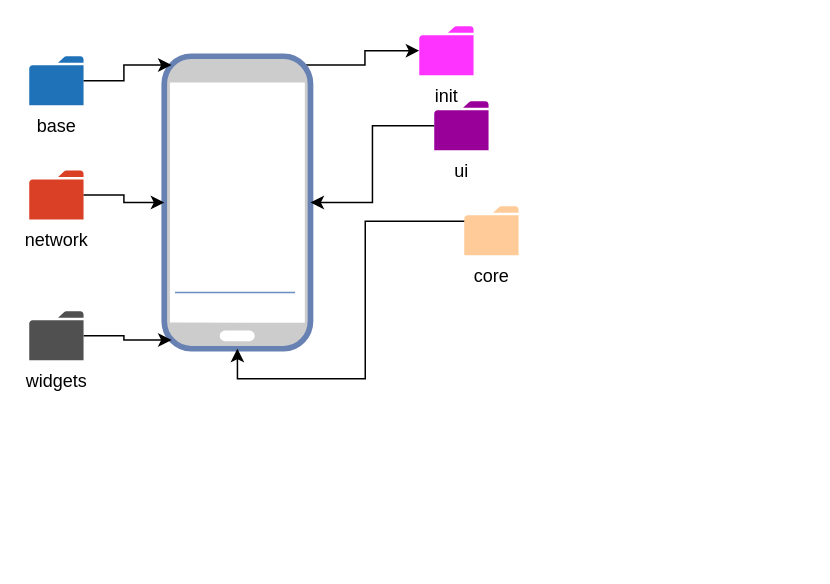
The draw.io diagram page "folders" (2 of 13) of image/drawio/folders.drawio in VB10/flutter-architecture-docs, before the edit. Source tidied: cells renumbered, new cells numbered last; positions are measured from the earlier drawing's top-left corner, leaving out a move shared by most shapes. Both pictures are drawn from the tidied source at 150%, with x=0, y=0 at pixel (28, 26).
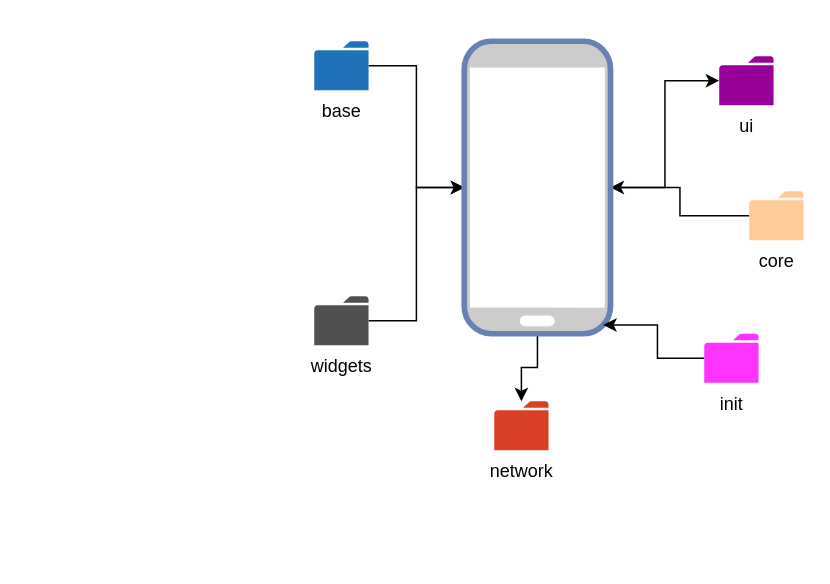
The same diagram, later.

What changed in the source:
```diff
@@
-    <mxCell id="2" style="group;" parent="1" vertex="1">
-      <mxGeometry y="20" width="491" height="335" as="geometry" />
-    </mxCell>
-    <mxCell id="3" style="group;" parent="2" vertex="1">
-      <mxGeometry x="90" width="97.5" height="195" as="geometry" />
-    </mxCell>
-    <mxCell id="4" style="edgeStyle=orthogonalEdgeStyle;rounded=0;jettySize=auto;html=1;exitX=0.95;exitY=0.03;exitDx=0;exitDy=0;exitPerimeter=0;" parent="3" edge="1" source="5" target="10">
-      <mxGeometry relative="1" as="geometry" />
-    </mxCell>
+    <mxCell id="15" style="edgeStyle=orthogonalEdgeStyle;rounded=0;jettySize=auto;html=1;entryX=1;entryY=0.5;entryDx=0;entryDy=0;entryPerimeter=0;" parent="1" edge="1" source="14" target="5">
+      <mxGeometry relative="1" as="geometry" />
+    </mxCell>
+    <mxCell id="14" value="core" style="shadow=0;dashed=0;html=1;strokeColor=none;labelPosition=center;verticalLabelPosition=bottom;verticalAlign=top;outlineConnect=0;align=center;shape=mxgraph.office.concepts.folder;fillColor=#FFCC99;" parent="1" vertex="1">
+      <mxGeometry x="480" y="110" width="36.2" height="32.6" as="geometry" />
+    </mxCell>
+    <mxCell id="17" style="edgeStyle=orthogonalEdgeStyle;rounded=0;jettySize=auto;html=1;entryX=0;entryY=0.5;entryDx=0;entryDy=0;entryPerimeter=0;" parent="1" edge="1" source="16" target="5">
+      <mxGeometry relative="1" as="geometry" />
+    </mxCell>
+    <mxCell id="16" value="base" style="shadow=0;dashed=0;html=1;strokeColor=none;labelPosition=center;verticalLabelPosition=bottom;verticalAlign=top;outlineConnect=0;align=center;shape=mxgraph.office.concepts.folder;fillColor=#2072B8;" parent="1" vertex="1">
+      <mxGeometry x="190" y="10" width="36.2" height="32.6" as="geometry" />
+    </mxCell>
+    <mxCell id="18" style="edgeStyle=orthogonalEdgeStyle;rounded=0;jettySize=auto;html=1;entryX=0;entryY=0.5;entryDx=0;entryDy=0;entryPerimeter=0;" parent="1" edge="1" source="19" target="5">
+      <mxGeometry relative="1" as="geometry" />
+    </mxCell>
+    <mxCell id="19" value="widgets" style="shadow=0;dashed=0;html=1;strokeColor=none;fillColor=#505050;labelPosition=center;verticalLabelPosition=bottom;verticalAlign=top;outlineConnect=0;align=center;shape=mxgraph.office.concepts.folder;" parent="1" vertex="1">
+      <mxGeometry x="190" y="180" width="36.2" height="32.6" as="geometry" />
+    </mxCell>
+    <mxCell id="20" style="edgeStyle=orthogonalEdgeStyle;rounded=0;jettySize=auto;html=1;" parent="1" edge="1" source="5" target="11">
+      <mxGeometry relative="1" as="geometry" />
+    </mxCell>
+    <mxCell id="21" style="edgeStyle=orthogonalEdgeStyle;rounded=0;jettySize=auto;html=1;" parent="1" edge="1" source="5" target="8">
+      <mxGeometry relative="1" as="geometry" />
+    </mxCell>
-    <mxCell id="5" style="fontColor=#0066CC;verticalAlign=top;verticalLabelPosition=bottom;labelPosition=center;align=center;html=1;outlineConnect=0;fillColor=#CCCCCC;strokeColor=#6881B3;gradientColor=none;gradientDirection=north;strokeWidth=2;shape=mxgraph.networks.mobile;" parent="3" vertex="1">
-      <mxGeometry width="97.5" height="195" as="geometry" />
+    <mxCell id="5" style="fontColor=#0066CC;verticalAlign=top;verticalLabelPosition=bottom;labelPosition=center;align=center;html=1;outlineConnect=0;fillColor=#CCCCCC;strokeColor=#6881B3;gradientColor=none;gradientDirection=north;strokeWidth=2;shape=mxgraph.networks.mobile;" parent="1" vertex="1">
+      <mxGeometry x="290" y="10" width="97.5" height="195" as="geometry" />
     </mxCell>
-    <mxCell id="6" style="endArrow=none;html=1;fillColor=#dae8fc;strokeColor=#6c8ebf;" parent="3" edge="1">
-      <mxGeometry relative="1" as="geometry">
-        <mxPoint x="7.2" y="157.5" as="sourcePoint" />
-        <mxPoint x="87.2" y="157.5" as="targetPoint" />
-      </mxGeometry>
-    </mxCell>
-    <mxCell id="7" style="group;" parent="3" vertex="1">
-      <mxGeometry x="-90" y="40" width="36.2" height="105" as="geometry" />
-    </mxCell>
-    <mxCell id="8" value="network" style="shadow=0;dashed=0;html=1;strokeColor=none;labelPosition=center;verticalLabelPosition=bottom;verticalAlign=top;outlineConnect=0;align=center;shape=mxgraph.office.concepts.folder;fillColor=#DA4026;" parent="7" vertex="1">
-      <mxGeometry y="36.2" width="36.2" height="32.6" as="geometry" />
+    <mxCell id="8" value="network" style="shadow=0;dashed=0;html=1;strokeColor=none;labelPosition=center;verticalLabelPosition=bottom;verticalAlign=top;outlineConnect=0;align=center;shape=mxgraph.office.concepts.folder;fillColor=#DA4026;" parent="1" vertex="1">
+      <mxGeometry x="310" y="250" width="36.2" height="32.6" as="geometry" />
     </mxCell>
-    <mxCell id="9" style="group;" parent="3" vertex="1">
-      <mxGeometry x="170" y="-20" width="36.2" height="105" as="geometry" />
-    </mxCell>
+    <mxCell id="22" style="edgeStyle=orthogonalEdgeStyle;rounded=0;jettySize=auto;html=1;entryX=0.95;entryY=0.97;entryDx=0;entryDy=0;entryPerimeter=0;" parent="1" edge="1" source="10" target="5">
+      <mxGeometry relative="1" as="geometry" />
+    </mxCell>
-    <mxCell id="10" value="init" style="shadow=0;dashed=0;html=1;strokeColor=none;labelPosition=center;verticalLabelPosition=bottom;verticalAlign=top;outlineConnect=0;align=center;shape=mxgraph.office.concepts.folder;fillColor=#FF33FF;" parent="9" vertex="1">
-      <mxGeometry width="36.2" height="32.6" as="geometry" />
+    <mxCell id="10" value="init" style="shadow=0;dashed=0;html=1;strokeColor=none;labelPosition=center;verticalLabelPosition=bottom;verticalAlign=top;outlineConnect=0;align=center;shape=mxgraph.office.concepts.folder;fillColor=#FF33FF;" parent="1" vertex="1">
+      <mxGeometry x="450" y="205" width="36.2" height="32.6" as="geometry" />
     </mxCell>
-    <mxCell id="11" value="ui" style="shadow=0;dashed=0;html=1;strokeColor=none;labelPosition=center;verticalLabelPosition=bottom;verticalAlign=top;outlineConnect=0;align=center;shape=mxgraph.office.concepts.folder;fillColor=#990099;" parent="9" vertex="1">
-      <mxGeometry x="10" y="50" width="36.2" height="32.6" as="geometry" />
+    <mxCell id="11" value="ui" style="shadow=0;dashed=0;html=1;strokeColor=none;labelPosition=center;verticalLabelPosition=bottom;verticalAlign=top;outlineConnect=0;align=center;shape=mxgraph.office.concepts.folder;fillColor=#990099;" parent="1" vertex="1">
+      <mxGeometry x="460" y="20" width="36.2" height="32.6" as="geometry" />
     </mxCell>
-    <mxCell id="12" style="edgeStyle=orthogonalEdgeStyle;rounded=0;jettySize=auto;html=1;" parent="3" edge="1" source="11" target="5">
-      <mxGeometry relative="1" as="geometry" />
-    </mxCell>
-    <mxCell id="13" style="edgeStyle=orthogonalEdgeStyle;rounded=0;jettySize=auto;html=1;entryX=0;entryY=0.5;entryDx=0;entryDy=0;entryPerimeter=0;" parent="3" edge="1" source="8" target="5">
-      <mxGeometry relative="1" as="geometry" />
-    </mxCell>
-    <mxCell id="14" value="core" style="shadow=0;dashed=0;html=1;strokeColor=none;labelPosition=center;verticalLabelPosition=bottom;verticalAlign=top;outlineConnect=0;align=center;shape=mxgraph.office.concepts.folder;fillColor=#FFCC99;" parent="2" vertex="1">
-      <mxGeometry x="290" y="100" width="36.2" height="32.6" as="geometry" />
-    </mxCell>
-    <mxCell id="15" style="edgeStyle=orthogonalEdgeStyle;rounded=0;jettySize=auto;html=1;entryX=0.5;entryY=1;entryDx=0;entryDy=0;entryPerimeter=0;" parent="2" edge="1" source="14" target="5">
-      <mxGeometry relative="1" as="geometry">
-        <Array as="points">
-          <mxPoint x="278" y="110" />
-          <mxPoint x="224" y="110" />
-          <mxPoint x="224" y="215" />
-          <mxPoint x="139" y="215" />
-        </Array>
-      </mxGeometry>
-    </mxCell>
-    <mxCell id="16" value="base" style="shadow=0;dashed=0;html=1;strokeColor=none;labelPosition=center;verticalLabelPosition=bottom;verticalAlign=top;outlineConnect=0;align=center;shape=mxgraph.office.concepts.folder;fillColor=#2072B8;" parent="2" vertex="1">
-      <mxGeometry width="36.2" height="32.6" as="geometry" />
-    </mxCell>
-    <mxCell id="17" style="edgeStyle=orthogonalEdgeStyle;rounded=0;jettySize=auto;html=1;entryX=0.05;entryY=0.03;entryDx=0;entryDy=0;entryPerimeter=0;" parent="2" edge="1" source="16" target="5">
-      <mxGeometry relative="1" as="geometry" />
-    </mxCell>
-    <mxCell id="18" style="edgeStyle=orthogonalEdgeStyle;rounded=0;jettySize=auto;html=1;entryX=0.05;entryY=0.97;entryDx=0;entryDy=0;entryPerimeter=0;" parent="2" edge="1" source="19" target="5">
-      <mxGeometry relative="1" as="geometry" />
-    </mxCell>
-    <mxCell id="19" value="widgets" style="shadow=0;dashed=0;html=1;strokeColor=none;fillColor=#505050;labelPosition=center;verticalLabelPosition=bottom;verticalAlign=top;outlineConnect=0;align=center;shape=mxgraph.office.concepts.folder;" parent="2" vertex="1">
-      <mxGeometry y="170" width="36.2" height="32.6" as="geometry" />
-    </mxCell>
```
